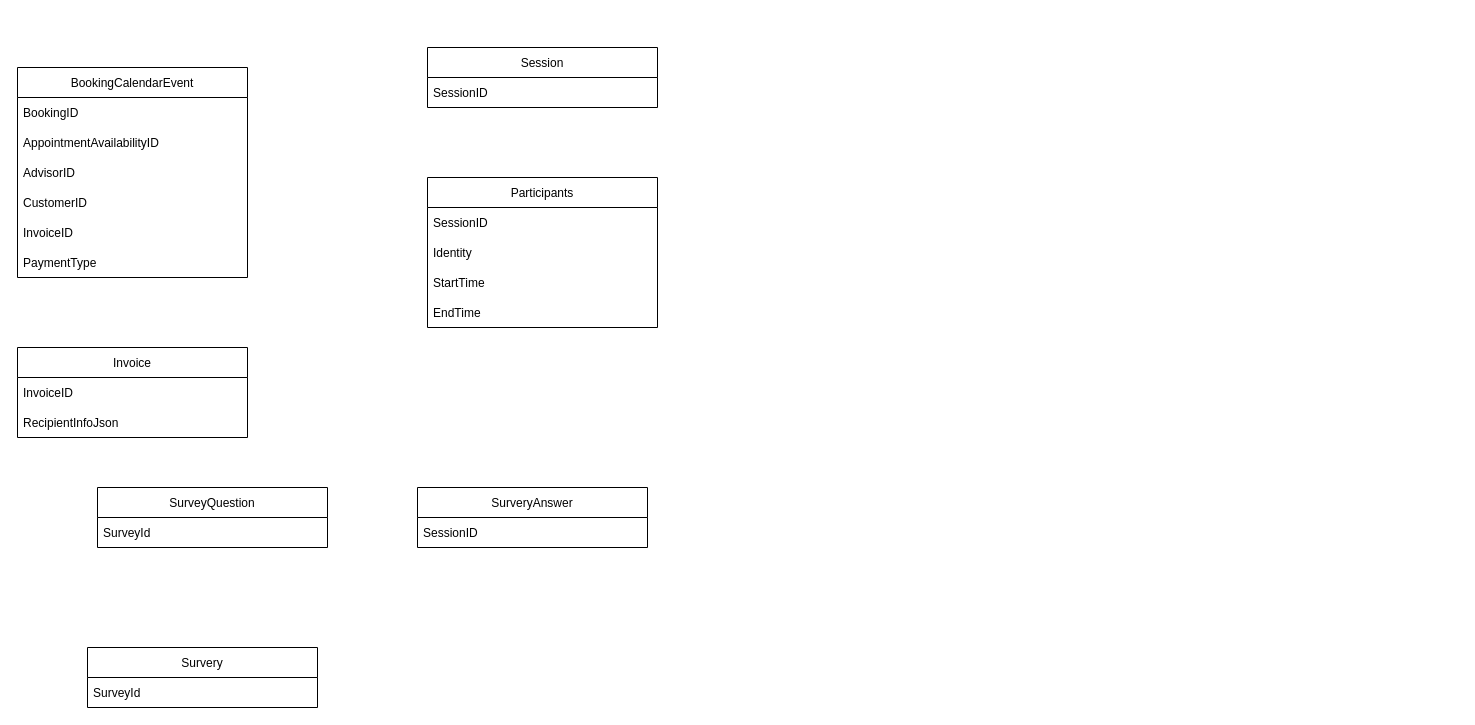
Above: SurveyDesign.drawio in duyphuong13/drawio (draw.io), before the change. Source tidied: cells renumbered, new cells numbered last; positions are measured from the earlier drawing's top-left corner, leaving out a move shared by most shapes. Both pictures are drawn from the tidied source at 100%, with x=0, y=0 at pixel (17, 47).
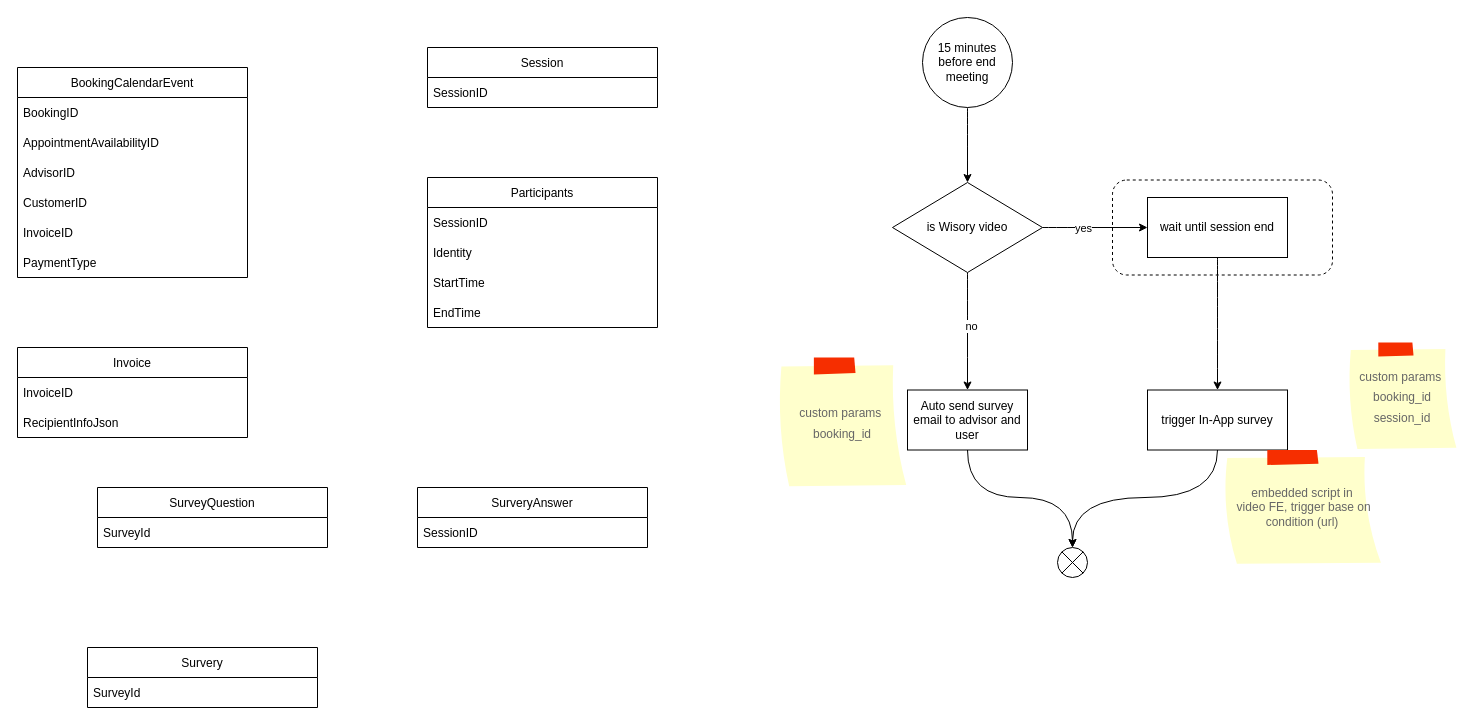
The same page after the edit.

Diff of the diagram source:
```diff
@@
+    <mxCell id="25" style="rounded=1;whiteSpace=wrap;html=1;fontSize=12;fontColor=#666666;dashed=1;fillColor=none;" parent="1" vertex="1">
+      <mxGeometry x="1095" y="132.5" width="220" height="95" as="geometry" />
+    </mxCell>
@@
+    <mxCell id="26" style="edgeStyle=orthogonalEdgeStyle;jettySize=auto;html=1;curved=1;" parent="1" edge="1" source="27" target="32">
+      <mxGeometry relative="1" as="geometry" />
+    </mxCell>
+    <mxCell id="27" value="15 minutes before end meeting" style="ellipse;whiteSpace=wrap;html=1;" parent="1" vertex="1">
+      <mxGeometry x="905" y="-30" width="90" height="90" as="geometry" />
+    </mxCell>
+    <mxCell id="28" style="edgeStyle=orthogonalEdgeStyle;jettySize=auto;html=1;curved=1;" parent="1" edge="1" source="32" target="34">
+      <mxGeometry relative="1" as="geometry" />
+    </mxCell>
+    <mxCell id="29" value="yes" style="edgeLabel;html=1;align=center;verticalAlign=middle;" parent="28" vertex="1">
+      <mxGeometry x="-0.23" y="1" relative="1" as="geometry">
+        <mxPoint y="1" as="offset" />
+      </mxGeometry>
+    </mxCell>
+    <mxCell id="30" style="edgeStyle=orthogonalEdgeStyle;jettySize=auto;html=1;curved=1;" parent="1" edge="1" source="32" target="36">
+      <mxGeometry relative="1" as="geometry" />
+    </mxCell>
+    <mxCell id="31" value="no" style="edgeLabel;html=1;align=center;verticalAlign=middle;" parent="30" vertex="1">
+      <mxGeometry x="-0.1" y="3" relative="1" as="geometry" />
+    </mxCell>
+    <mxCell id="32" value="is Wisory video" style="rhombus;whiteSpace=wrap;html=1;" parent="1" vertex="1">
+      <mxGeometry x="875" y="135" width="150" height="90" as="geometry" />
+    </mxCell>
+    <mxCell id="33" style="edgeStyle=orthogonalEdgeStyle;jettySize=auto;html=1;curved=1;" parent="1" edge="1" source="34" target="38">
+      <mxGeometry relative="1" as="geometry" />
+    </mxCell>
+    <mxCell id="34" value="wait until session end" style="whiteSpace=wrap;html=1;" parent="1" vertex="1">
+      <mxGeometry x="1130" y="150" width="140" height="60" as="geometry" />
+    </mxCell>
+    <mxCell id="35" style="edgeStyle=orthogonalEdgeStyle;jettySize=auto;html=1;entryX=0.5;entryY=0;entryDx=0;entryDy=0;fontSize=12;fontColor=#666666;curved=1;" parent="1" edge="1" source="36" target="42">
+      <mxGeometry relative="1" as="geometry">
+        <Array as="points">
+          <mxPoint x="950" y="450" />
+          <mxPoint x="1055" y="450" />
+        </Array>
+      </mxGeometry>
+    </mxCell>
+    <mxCell id="36" value="Auto send survey email to advisor and user" style="whiteSpace=wrap;html=1;" parent="1" vertex="1">
+      <mxGeometry x="890" y="342.5" width="120" height="60" as="geometry" />
+    </mxCell>
+    <mxCell id="37" style="edgeStyle=orthogonalEdgeStyle;jettySize=auto;html=1;entryX=0.5;entryY=0;entryDx=0;entryDy=0;fontSize=12;fontColor=#666666;curved=1;" parent="1" edge="1" source="38" target="42">
+      <mxGeometry relative="1" as="geometry">
+        <Array as="points">
+          <mxPoint x="1200" y="450" />
+          <mxPoint x="1055" y="450" />
+        </Array>
+      </mxGeometry>
+    </mxCell>
+    <mxCell id="38" value="trigger In-App survey" style="whiteSpace=wrap;html=1;" parent="1" vertex="1">
+      <mxGeometry x="1130" y="342.5" width="140" height="60" as="geometry" />
+    </mxCell>
+    <mxCell id="39" value="&lt;font style=&quot;font-size: 12px&quot;&gt;embedded&amp;nbsp;script in&lt;br&gt;&amp;nbsp;video FE, trigger base on condition (url)&lt;/font&gt;" style="strokeWidth=1;shadow=0;dashed=0;align=center;html=1;shape=mxgraph.mockup.text.stickyNote2;fontColor=#666666;mainText=;fontSize=10;whiteSpace=wrap;fillColor=#ffffcc;strokeColor=#F62E00;" parent="1" vertex="1">
+      <mxGeometry x="1205" y="402.5" width="160" height="115" as="geometry" />
+    </mxCell>
+    <mxCell id="40" value="&lt;font style=&quot;font-size: 12px&quot;&gt;custom params&amp;nbsp;&lt;br&gt;booking_id&lt;/font&gt;" style="strokeWidth=1;shadow=0;dashed=0;align=center;html=1;shape=mxgraph.mockup.text.stickyNote2;fontColor=#666666;mainText=;fontSize=17;whiteSpace=wrap;fillColor=#ffffcc;strokeColor=#F62E00;" parent="1" vertex="1">
+      <mxGeometry x="760" y="310" width="130" height="130" as="geometry" />
+    </mxCell>
+    <mxCell id="41" value="&lt;font style=&quot;font-size: 12px&quot;&gt;custom params&amp;nbsp;&lt;br&gt;booking_id&lt;br&gt;session_id&lt;br&gt;&lt;/font&gt;" style="strokeWidth=1;shadow=0;dashed=0;align=center;html=1;shape=mxgraph.mockup.text.stickyNote2;fontColor=#666666;mainText=;fontSize=17;whiteSpace=wrap;fillColor=#ffffcc;strokeColor=#F62E00;" parent="1" vertex="1">
+      <mxGeometry x="1330" y="295" width="110" height="107.5" as="geometry" />
+    </mxCell>
+    <mxCell id="42" style="shape=sumEllipse;perimeter=ellipsePerimeter;whiteSpace=wrap;html=1;backgroundOutline=1;fontSize=12;fontColor=#666666;" parent="1" vertex="1">
+      <mxGeometry x="1040" y="500" width="30" height="30" as="geometry" />
+    </mxCell>
```
